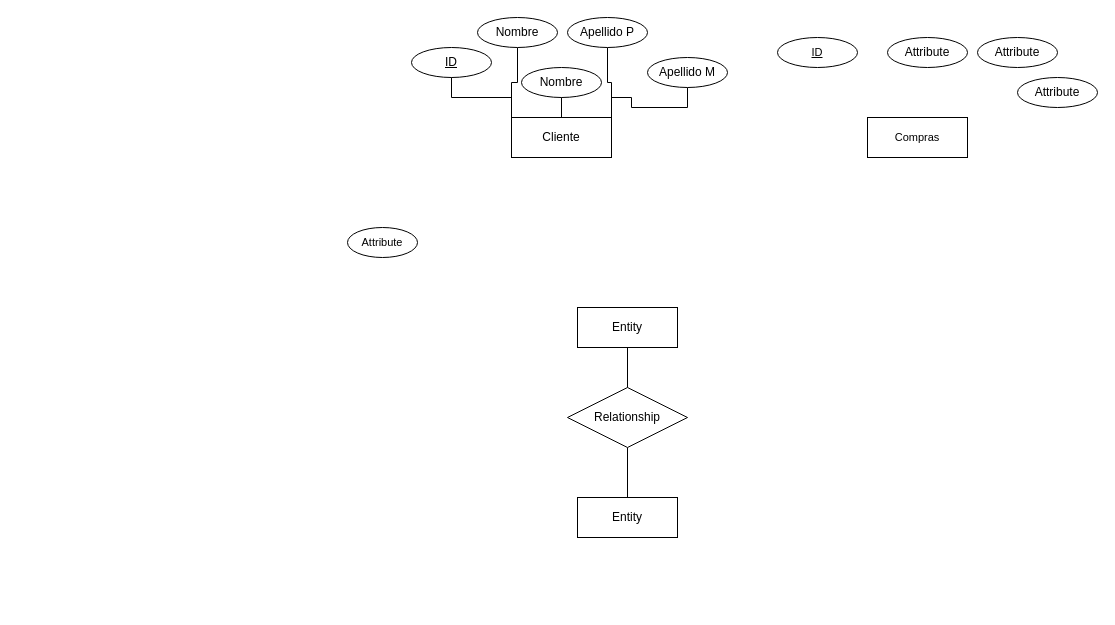
Before: Base de Datos INGW I .drawio in CHMaster123/Diagramas-de-Clases, a draw.io diagram. Source tidied: cells renumbered, new cells numbered last; positions are measured from the earlier drawing's top-left corner, leaving out a move shared by most shapes. Both pictures are drawn from the tidied source at 100%, with x=0, y=0 at pixel (347, 17).
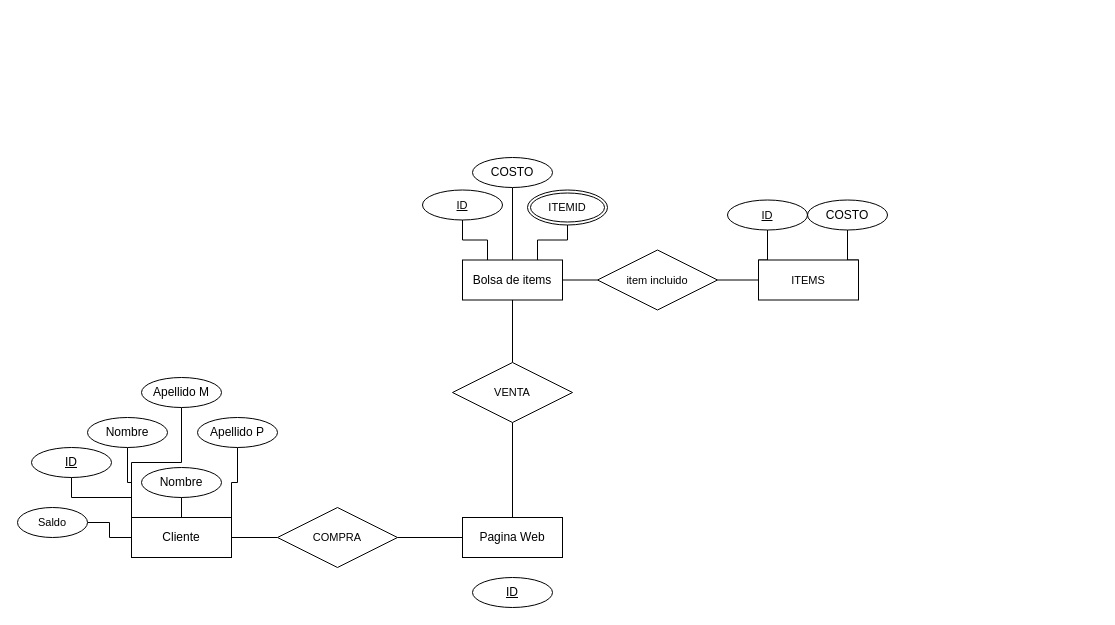
After the change.

Diff of the diagram source:
```diff
@@
-    <mxCell id="2" style="edgeStyle=orthogonalEdgeStyle;rounded=0;jettySize=auto;html=1;exitX=0.5;exitY=1;exitDx=0;exitDy=0;entryX=0.5;entryY=0;entryDx=0;entryDy=0;endArrow=none;endFill=0;" parent="1" edge="1" source="3" target="6">
-      <mxGeometry relative="1" as="geometry" />
-    </mxCell>
-    <mxCell id="3" value="Relationship" style="shape=rhombus;perimeter=rhombusPerimeter;whiteSpace=wrap;html=1;align=center;" parent="1" vertex="1">
-      <mxGeometry x="220" y="370" width="120" height="60" as="geometry" />
-    </mxCell>
     <mxCell id="4" value="ID" style="ellipse;whiteSpace=wrap;html=1;align=center;fontStyle=4;" parent="1" vertex="1">
-      <mxGeometry x="64" y="30" width="80" height="30" as="geometry" />
+      <mxGeometry x="-316" y="430" width="80" height="30" as="geometry" />
     </mxCell>
     <mxCell id="5" value="Nombre" style="ellipse;whiteSpace=wrap;html=1;align=center;" parent="1" vertex="1">
-      <mxGeometry x="174" y="50" width="80" height="30" as="geometry" />
+      <mxGeometry x="-206" y="450" width="80" height="30" as="geometry" />
     </mxCell>
+    <mxCell id="24" style="edgeStyle=orthogonalEdgeStyle;shape=connector;rounded=0;jettySize=auto;html=1;exitX=0.5;exitY=0;exitDx=0;exitDy=0;entryX=0.5;entryY=1;entryDx=0;entryDy=0;labelBackgroundColor=default;strokeColor=default;fontFamily=Helvetica;fontSize=11;fontColor=default;endArrow=none;endFill=0;" parent="1" edge="1" source="6" target="41">
+      <mxGeometry relative="1" as="geometry" />
+    </mxCell>
-    <mxCell id="6" value="Entity" style="whiteSpace=wrap;html=1;align=center;" parent="1" vertex="1">
-      <mxGeometry x="230" y="480" width="100" height="40" as="geometry" />
+    <mxCell id="6" value="Pagina Web" style="whiteSpace=wrap;html=1;align=center;" parent="1" vertex="1">
+      <mxGeometry x="115" y="500" width="100" height="40" as="geometry" />
     </mxCell>
-    <mxCell id="7" style="edgeStyle=orthogonalEdgeStyle;rounded=0;jettySize=auto;html=1;exitX=0.5;exitY=1;exitDx=0;exitDy=0;entryX=0.5;entryY=0;entryDx=0;entryDy=0;endArrow=none;endFill=0;" parent="1" edge="1" source="8" target="3">
-      <mxGeometry relative="1" as="geometry" />
-    </mxCell>
+    <mxCell id="25" style="edgeStyle=orthogonalEdgeStyle;shape=connector;rounded=0;jettySize=auto;html=1;exitX=0.25;exitY=0;exitDx=0;exitDy=0;entryX=0.5;entryY=1;entryDx=0;entryDy=0;labelBackgroundColor=default;strokeColor=default;fontFamily=Helvetica;fontSize=11;fontColor=default;endArrow=none;endFill=0;" parent="1" edge="1" source="8" target="36">
+      <mxGeometry relative="1" as="geometry" />
+    </mxCell>
+    <mxCell id="26" style="edgeStyle=orthogonalEdgeStyle;shape=connector;rounded=0;jettySize=auto;html=1;exitX=0.75;exitY=0;exitDx=0;exitDy=0;entryX=0.5;entryY=1;entryDx=0;entryDy=0;labelBackgroundColor=default;strokeColor=default;fontFamily=Helvetica;fontSize=11;fontColor=default;endArrow=none;endFill=0;" parent="1" edge="1" source="8" target="37">
+      <mxGeometry relative="1" as="geometry" />
+    </mxCell>
+    <mxCell id="27" style="edgeStyle=orthogonalEdgeStyle;shape=connector;rounded=0;jettySize=auto;html=1;exitX=0.5;exitY=0;exitDx=0;exitDy=0;entryX=0.5;entryY=1;entryDx=0;entryDy=0;labelBackgroundColor=default;strokeColor=default;fontFamily=Helvetica;fontSize=11;fontColor=default;endArrow=none;endFill=0;" parent="1" edge="1" source="8" target="43">
+      <mxGeometry relative="1" as="geometry" />
+    </mxCell>
+    <mxCell id="28" style="edgeStyle=orthogonalEdgeStyle;shape=connector;rounded=0;jettySize=auto;html=1;exitX=1;exitY=0.5;exitDx=0;exitDy=0;entryX=0;entryY=0.5;entryDx=0;entryDy=0;labelBackgroundColor=default;strokeColor=default;fontFamily=Helvetica;fontSize=11;fontColor=default;endArrow=none;endFill=0;" parent="1" edge="1" source="8" target="45">
+      <mxGeometry relative="1" as="geometry" />
+    </mxCell>
-    <mxCell id="8" value="Entity" style="whiteSpace=wrap;html=1;align=center;" parent="1" vertex="1">
-      <mxGeometry x="230" y="290" width="100" height="40" as="geometry" />
+    <mxCell id="8" value="Bolsa de items" style="whiteSpace=wrap;html=1;align=center;" parent="1" vertex="1">
+      <mxGeometry x="115" y="242.5" width="100" height="40" as="geometry" />
     </mxCell>
@@
-    <mxCell id="11" style="edgeStyle=orthogonalEdgeStyle;shape=connector;rounded=0;jettySize=auto;html=1;exitX=1;exitY=0;exitDx=0;exitDy=0;entryX=0.5;entryY=1;entryDx=0;entryDy=0;labelBackgroundColor=default;strokeColor=default;fontFamily=Helvetica;fontSize=11;fontColor=default;endArrow=none;endFill=0;" parent="1" edge="1" source="14" target="21">
-      <mxGeometry relative="1" as="geometry" />
-    </mxCell>
@@
+    <mxCell id="29" style="edgeStyle=orthogonalEdgeStyle;shape=connector;rounded=0;jettySize=auto;html=1;exitX=0;exitY=0.5;exitDx=0;exitDy=0;entryX=1;entryY=0.5;entryDx=0;entryDy=0;labelBackgroundColor=default;strokeColor=default;fontFamily=Helvetica;fontSize=11;fontColor=default;endArrow=none;endFill=0;" parent="1" edge="1" source="14" target="17">
+      <mxGeometry relative="1" as="geometry" />
+    </mxCell>
+    <mxCell id="11" style="shape=connector;rounded=0;jettySize=auto;html=1;exitX=0;exitY=0;exitDx=0;exitDy=0;entryX=0.5;entryY=1;entryDx=0;entryDy=0;labelBackgroundColor=default;strokeColor=default;fontFamily=Helvetica;fontSize=11;fontColor=default;endArrow=none;endFill=0;edgeStyle=orthogonalEdgeStyle;" parent="1" edge="1" source="14" target="21">
+      <mxGeometry relative="1" as="geometry" />
+    </mxCell>
+    <mxCell id="30" style="edgeStyle=orthogonalEdgeStyle;shape=connector;rounded=0;jettySize=auto;html=1;exitX=1;exitY=0.5;exitDx=0;exitDy=0;entryX=0;entryY=0.5;entryDx=0;entryDy=0;labelBackgroundColor=default;strokeColor=default;fontFamily=Helvetica;fontSize=11;fontColor=default;endArrow=none;endFill=0;" parent="1" edge="1" source="14" target="39">
+      <mxGeometry relative="1" as="geometry" />
+    </mxCell>
     <mxCell id="14" value="Cliente" style="whiteSpace=wrap;html=1;align=center;" parent="1" vertex="1">
-      <mxGeometry x="164" y="100" width="100" height="40" as="geometry" />
+      <mxGeometry x="-216" y="500" width="100" height="40" as="geometry" />
     </mxCell>
-    <mxCell id="15" value="Compras" style="whiteSpace=wrap;html=1;align=center;fontFamily=Helvetica;fontSize=11;fontColor=default;" parent="1" vertex="1">
-      <mxGeometry x="520" y="100" width="100" height="40" as="geometry" />
-    </mxCell>
-    <mxCell id="16" value="ID" style="ellipse;whiteSpace=wrap;html=1;align=center;fontStyle=4;fontFamily=Helvetica;fontSize=11;fontColor=default;" parent="1" vertex="1">
-      <mxGeometry x="430" y="20" width="80" height="30" as="geometry" />
-    </mxCell>
-    <mxCell id="17" value="Attribute" style="ellipse;whiteSpace=wrap;html=1;align=center;strokeColor=default;fontFamily=Helvetica;fontSize=11;fontColor=default;fillColor=default;" parent="1" vertex="1">
-      <mxGeometry y="210" width="70" height="30" as="geometry" />
+    <mxCell id="17" value="Saldo" style="ellipse;whiteSpace=wrap;html=1;align=center;strokeColor=default;fontFamily=Helvetica;fontSize=11;fontColor=default;fillColor=default;" parent="1" vertex="1">
+      <mxGeometry x="-330" y="490" width="70" height="30" as="geometry" />
     </mxCell>
-    <mxCell id="18" value="Attribute" style="ellipse;whiteSpace=wrap;html=1;align=center;" parent="1" vertex="1">
-      <mxGeometry x="540" y="20" width="80" height="30" as="geometry" />
-    </mxCell>
-    <mxCell id="19" value="Attribute" style="ellipse;whiteSpace=wrap;html=1;align=center;" parent="1" vertex="1">
-      <mxGeometry x="630" y="20" width="80" height="30" as="geometry" />
-    </mxCell>
-    <mxCell id="20" value="Attribute" style="ellipse;whiteSpace=wrap;html=1;align=center;" parent="1" vertex="1">
-      <mxGeometry x="670" y="60" width="80" height="30" as="geometry" />
-    </mxCell>
     <mxCell id="21" value="Apellido M" style="ellipse;whiteSpace=wrap;html=1;align=center;" parent="1" vertex="1">
-      <mxGeometry x="300" y="40" width="80" height="30" as="geometry" />
+      <mxGeometry x="-206" y="360" width="80" height="30" as="geometry" />
     </mxCell>
     <mxCell id="22" value="Nombre" style="ellipse;whiteSpace=wrap;html=1;align=center;" parent="1" vertex="1">
-      <mxGeometry x="130" width="80" height="30" as="geometry" />
+      <mxGeometry x="-260" y="400" width="80" height="30" as="geometry" />
     </mxCell>
     <mxCell id="23" value="Apellido P" style="ellipse;whiteSpace=wrap;html=1;align=center;" parent="1" vertex="1">
-      <mxGeometry x="220" width="80" height="30" as="geometry" />
+      <mxGeometry x="-150" y="400" width="80" height="30" as="geometry" />
     </mxCell>
+    <mxCell id="31" style="edgeStyle=orthogonalEdgeStyle;shape=connector;rounded=0;jettySize=auto;html=1;exitX=0;exitY=0;exitDx=0;exitDy=0;entryX=0.5;entryY=1;entryDx=0;entryDy=0;labelBackgroundColor=default;strokeColor=default;fontFamily=Helvetica;fontSize=11;fontColor=default;endArrow=none;endFill=0;" parent="1" edge="1" source="33" target="34">
+      <mxGeometry relative="1" as="geometry" />
+    </mxCell>
+    <mxCell id="32" style="edgeStyle=orthogonalEdgeStyle;shape=connector;rounded=0;jettySize=auto;html=1;exitX=1;exitY=0;exitDx=0;exitDy=0;entryX=0.5;entryY=1;entryDx=0;entryDy=0;labelBackgroundColor=default;strokeColor=default;fontFamily=Helvetica;fontSize=11;fontColor=default;endArrow=none;endFill=0;" parent="1" edge="1" source="33" target="35">
+      <mxGeometry relative="1" as="geometry" />
+    </mxCell>
+    <mxCell id="33" value="ITEMS" style="whiteSpace=wrap;html=1;align=center;fontFamily=Helvetica;fontSize=11;fontColor=default;" parent="1" vertex="1">
+      <mxGeometry x="411" y="242.5" width="100" height="40" as="geometry" />
+    </mxCell>
+    <mxCell id="34" value="ID" style="ellipse;whiteSpace=wrap;html=1;align=center;fontStyle=4;fontFamily=Helvetica;fontSize=11;fontColor=default;" parent="1" vertex="1">
+      <mxGeometry x="380" y="182.5" width="80" height="30" as="geometry" />
+    </mxCell>
+    <mxCell id="35" value="COSTO" style="ellipse;whiteSpace=wrap;html=1;align=center;" parent="1" vertex="1">
+      <mxGeometry x="460" y="182.5" width="80" height="30" as="geometry" />
+    </mxCell>
+    <mxCell id="36" value="ID" style="ellipse;whiteSpace=wrap;html=1;align=center;fontStyle=4;fontFamily=Helvetica;fontSize=11;fontColor=default;" parent="1" vertex="1">
+      <mxGeometry x="75" y="172.5" width="80" height="30" as="geometry" />
+    </mxCell>
+    <mxCell id="37" value="ITEMID" style="ellipse;shape=doubleEllipse;margin=3;whiteSpace=wrap;html=1;align=center;strokeColor=default;fontFamily=Helvetica;fontSize=11;fontColor=default;fillColor=default;" parent="1" vertex="1">
+      <mxGeometry x="180" y="172.5" width="80" height="35" as="geometry" />
+    </mxCell>
+    <mxCell id="38" style="edgeStyle=orthogonalEdgeStyle;shape=connector;rounded=0;jettySize=auto;html=1;exitX=1;exitY=0.5;exitDx=0;exitDy=0;entryX=0;entryY=0.5;entryDx=0;entryDy=0;labelBackgroundColor=default;strokeColor=default;fontFamily=Helvetica;fontSize=11;fontColor=default;endArrow=none;endFill=0;" parent="1" edge="1" source="39" target="6">
+      <mxGeometry relative="1" as="geometry" />
+    </mxCell>
+    <mxCell id="39" value="COMPRA" style="shape=rhombus;perimeter=rhombusPerimeter;whiteSpace=wrap;html=1;align=center;strokeColor=default;fontFamily=Helvetica;fontSize=11;fontColor=default;fillColor=default;" parent="1" vertex="1">
+      <mxGeometry x="-70" y="490" width="120" height="60" as="geometry" />
+    </mxCell>
+    <mxCell id="40" style="edgeStyle=orthogonalEdgeStyle;shape=connector;rounded=0;jettySize=auto;html=1;exitX=0.5;exitY=0;exitDx=0;exitDy=0;entryX=0.5;entryY=1;entryDx=0;entryDy=0;labelBackgroundColor=default;strokeColor=default;fontFamily=Helvetica;fontSize=11;fontColor=default;endArrow=none;endFill=0;" parent="1" edge="1" source="41" target="8">
+      <mxGeometry relative="1" as="geometry" />
+    </mxCell>
+    <mxCell id="41" value="VENTA" style="shape=rhombus;perimeter=rhombusPerimeter;whiteSpace=wrap;html=1;align=center;strokeColor=default;fontFamily=Helvetica;fontSize=11;fontColor=default;fillColor=default;" parent="1" vertex="1">
+      <mxGeometry x="105" y="345" width="120" height="60" as="geometry" />
+    </mxCell>
+    <mxCell id="42" value="ID" style="ellipse;whiteSpace=wrap;html=1;align=center;fontStyle=4;" parent="1" vertex="1">
+      <mxGeometry x="125" y="560" width="80" height="30" as="geometry" />
+    </mxCell>
+    <mxCell id="43" value="COSTO" style="ellipse;whiteSpace=wrap;html=1;align=center;" parent="1" vertex="1">
+      <mxGeometry x="125" y="140" width="80" height="30" as="geometry" />
+    </mxCell>
+    <mxCell id="44" style="edgeStyle=orthogonalEdgeStyle;shape=connector;rounded=0;jettySize=auto;html=1;exitX=1;exitY=0.5;exitDx=0;exitDy=0;entryX=0;entryY=0.5;entryDx=0;entryDy=0;labelBackgroundColor=default;strokeColor=default;fontFamily=Helvetica;fontSize=11;fontColor=default;endArrow=none;endFill=0;" parent="1" edge="1" source="45" target="33">
+      <mxGeometry relative="1" as="geometry" />
+    </mxCell>
+    <mxCell id="45" value="item incluido" style="shape=rhombus;perimeter=rhombusPerimeter;whiteSpace=wrap;html=1;align=center;strokeColor=default;fontFamily=Helvetica;fontSize=11;fontColor=default;fillColor=default;" parent="1" vertex="1">
+      <mxGeometry x="250" y="232.5" width="120" height="60" as="geometry" />
+    </mxCell>
```
